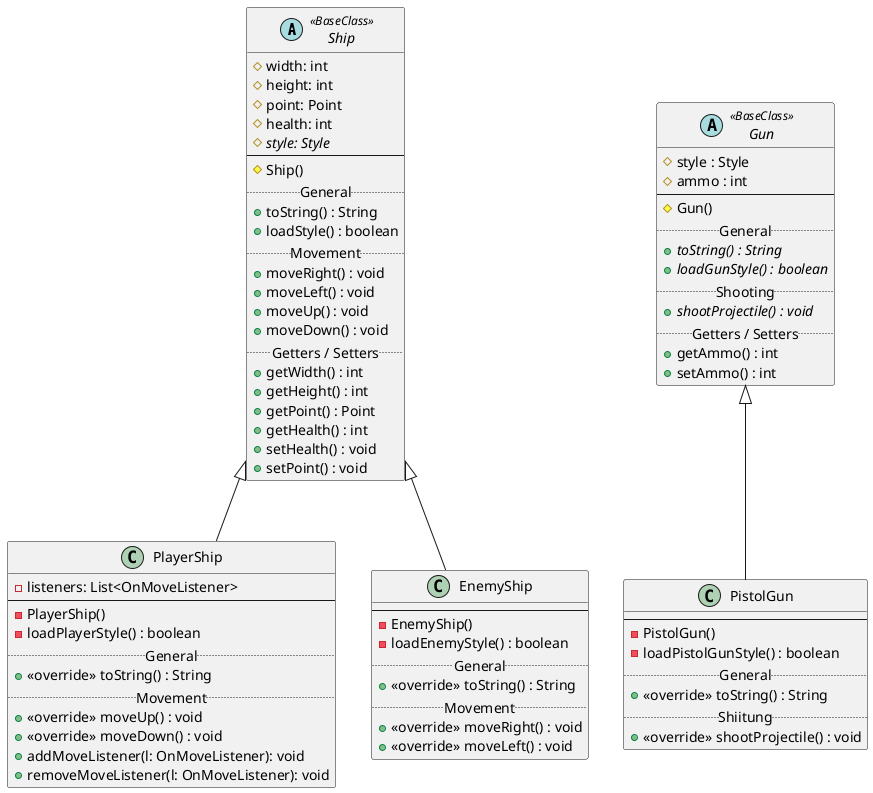
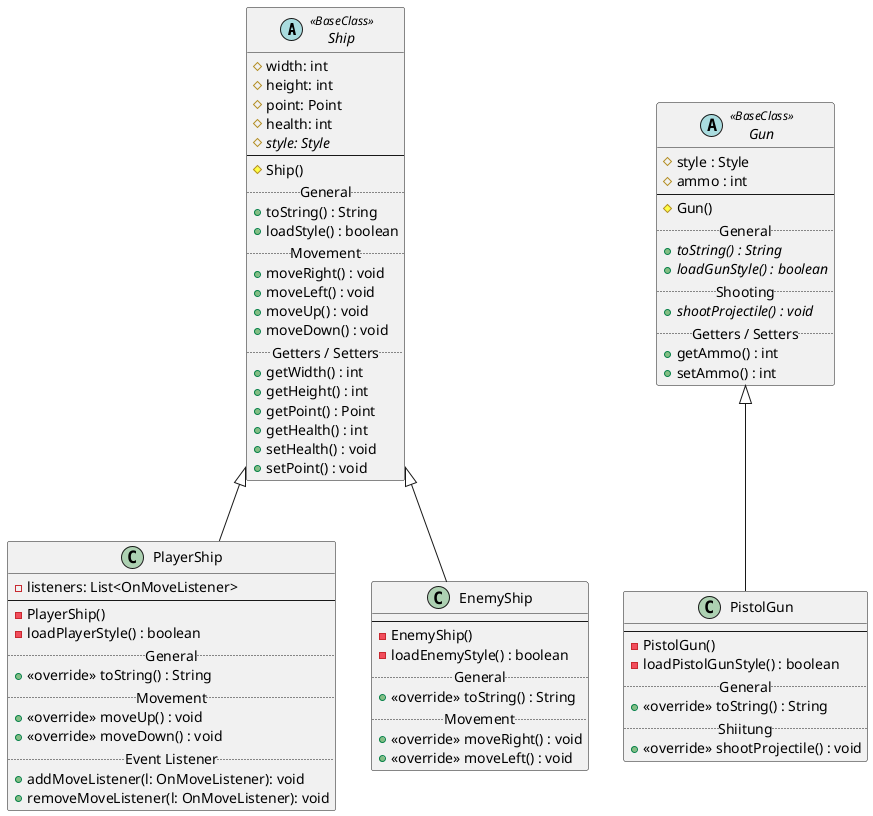
@startuml space-spiel-entities
/'
entities.puml: Space spiel UML class diagram for hierarchy of ships,weapons etc..
Copyright (C) 2026  Vladyslav Tupikin
Contact: vladtupikin7@gmail.com

This program is free software: you can redistribute it and/or modify
it under the terms of the GNU General Public License as published by
the Free Software Foundation, either version 3 of the License, or
(at your option) any later version.

This program is distributed in the hope that it will be useful,
but WITHOUT ANY WARRANTY; without even the implied warranty of
MERCHANTABILITY or FITNESS FOR A PARTICULAR PURPOSE.  See the
GNU General Public License for more details.

You should have received a copy of the GNU General Public License
along with this program.  If not, see <https://www.gnu.org/licenses/>.
'/

abstract class Ship <<BaseClass>> {
    #width: int
    #height: int
    #point: Point
    #health: int
    # {abstract} style: Style
    --
    #Ship()
    .. General ..
    +toString() : String
    +loadStyle() : boolean
    .. Movement ..
    +moveRight() : void
    +moveLeft() : void
    +moveUp() : void
    +moveDown() : void
    .. Getters / Setters ..
    +getWidth() : int
    +getHeight() : int
    +getPoint() : Point
    +getHealth() : int
    +setHealth() : void
    +setPoint() : void
}

class PlayerShip extends Ship {
    - listeners: List<OnMoveListener>
    --
    -PlayerShip()
    -loadPlayerStyle() : boolean
    .. General ..
    + <<override>> toString() : String
    .. Movement ..
    + <<override>> moveUp() : void
    + <<override>> moveDown() : void
+     .. Event Listener ..
    + addMoveListener(l: OnMoveListener): void
    + removeMoveListener(l: OnMoveListener): void
}

class EnemyShip extends Ship {
    --
    -EnemyShip()
    -loadEnemyStyle() : boolean
    .. General ..
    + <<override>> toString() : String
    .. Movement ..
    + <<override>> moveRight() : void
    + <<override>> moveLeft() : void
}

abstract class Gun <<BaseClass>> {
    #style : Style
    #ammo : int
    --
    #Gun()
    .. General ..
    + {abstract} toString() : String
    + {abstract} loadGunStyle() : boolean
    .. Shooting ..
    + {abstract} shootProjectile() : void
    .. Getters / Setters ..
    +getAmmo() : int
    +setAmmo() : int
}

class PistolGun extends Gun {
    --
    -PistolGun()
    -loadPistolGunStyle() : boolean
    .. General ..
    + <<override>> toString() : String
    .. Shiitung ..
    + <<override>> shootProjectile() : void
}

@enduml
